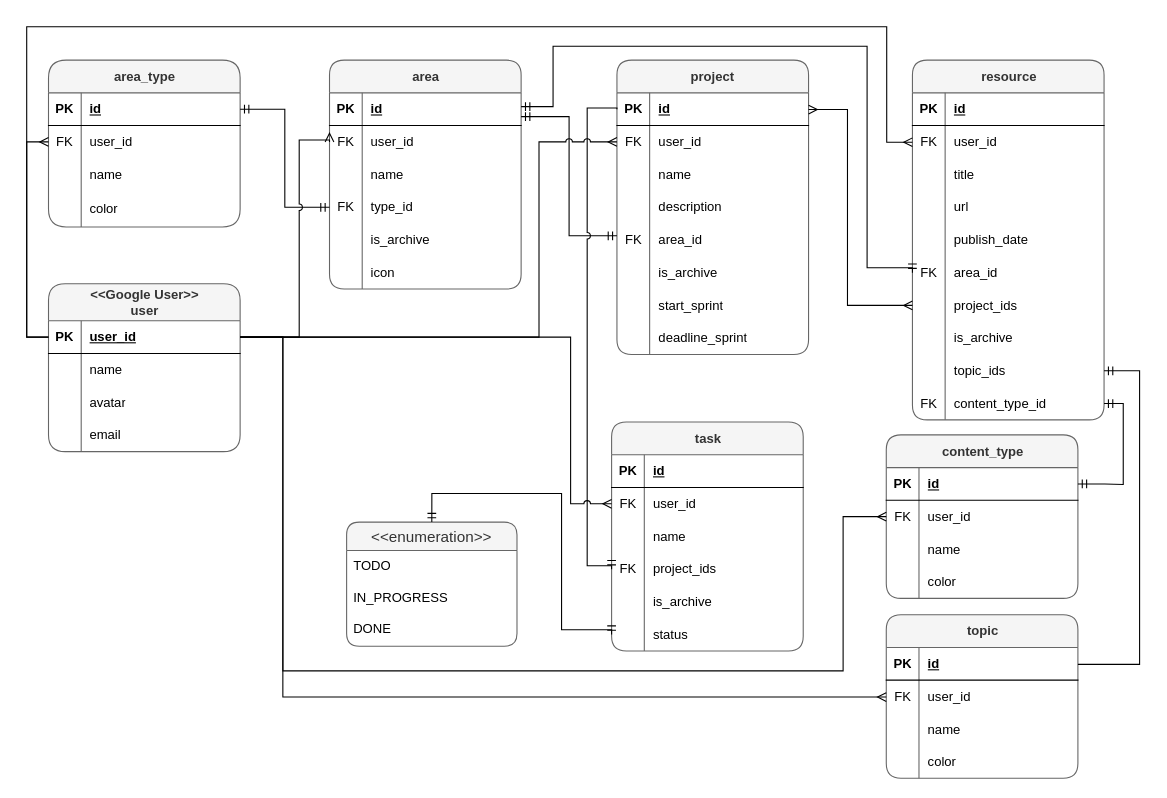
Above: Setala-App.drawio in yogiprsetya/app.diagrams.net (draw.io), before the change. Source tidied: cells renumbered, new cells numbered last; positions are measured from the earlier drawing's top-left corner, leaving out a move shared by most shapes. Both pictures are drawn from the tidied source at 109%, with x=0, y=0 at pixel (26, 26).
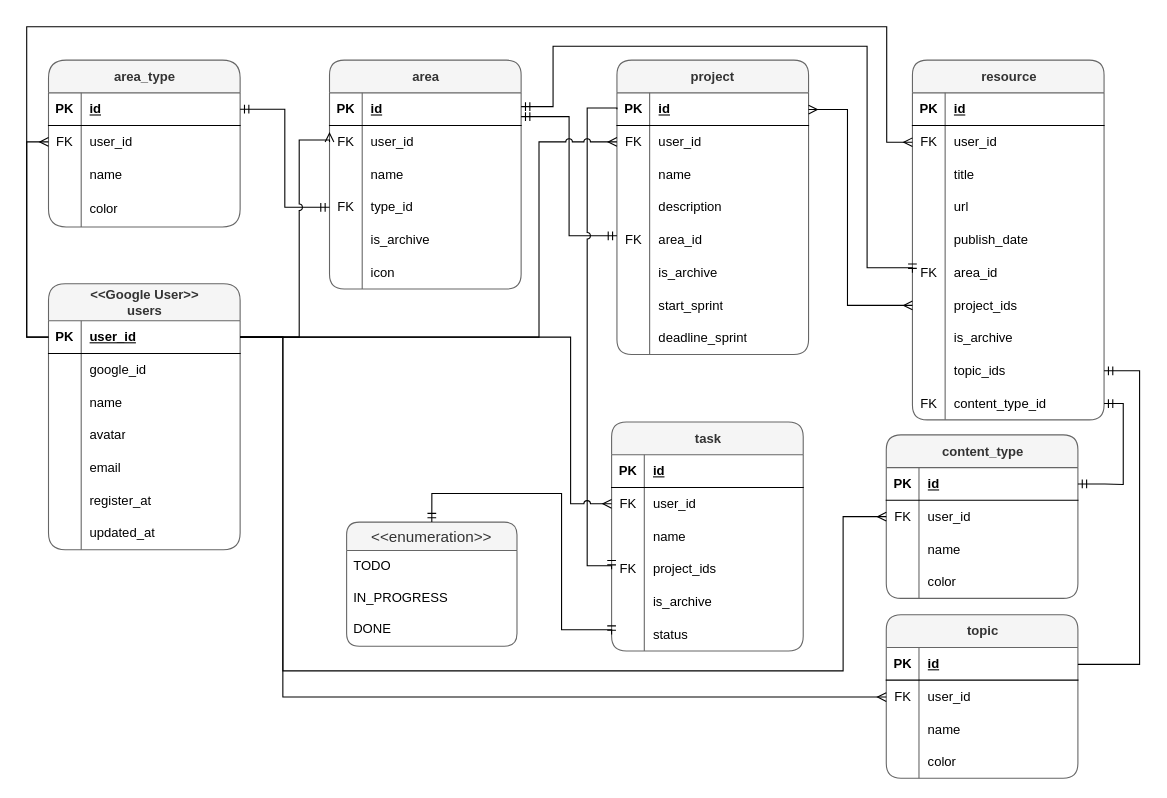
Above is the later version.

The change refers to these unchanged cells:
```xml
<mxCell id="151" style="shape=tableRow;horizontal=0;startSize=0;swimlaneHead=0;swimlaneBody=0;fillColor=none;top=0;left=0;right=0;bottom=0;" parent="147" vertex="1">
  <mxGeometry y="64" width="175.8" height="30" as="geometry" />
</mxCell>
```

Diff of the diagram source:
```diff
@@
-    <mxCell id="147" value="&amp;lt;&amp;lt;Google User&amp;gt;&amp;gt;&lt;br&gt;user" style="shape=table;startSize=34;childLayout=tableLayout;rowLines=0;fontStyle=1;align=center;html=1;rounded=1;fillColor=#f5f5f5;fontColor=#333333;strokeColor=#666666;" parent="1" vertex="1">
-      <mxGeometry x="20" y="235.8" width="175.8" height="154" as="geometry" />
+    <mxCell id="147" value="&amp;lt;&amp;lt;Google User&amp;gt;&amp;gt;&lt;br&gt;users" style="shape=table;startSize=34;childLayout=tableLayout;rowLines=0;fontStyle=1;align=center;html=1;rounded=1;fillColor=#f5f5f5;fontColor=#333333;strokeColor=#666666;" parent="1" vertex="1">
+      <mxGeometry x="20" y="235.8" width="175.8" height="244" as="geometry" />
     </mxCell>
@@
-    <mxCell id="153" value="name" style="shape=partialRectangle;fillColor=none;top=0;left=0;bottom=0;right=0;align=left;spacingLeft=6;overflow=hidden;whiteSpace=wrap;html=1;" parent="151" vertex="1">
+    <mxCell id="153" value="google_id" style="shape=partialRectangle;fillColor=none;top=0;left=0;bottom=0;right=0;align=left;spacingLeft=6;overflow=hidden;whiteSpace=wrap;html=1;" parent="151" vertex="1">
       <mxGeometry x="30" width="145.8" height="30" as="geometry" />
     </mxCell>
+    <mxCell id="167" style="shape=tableRow;horizontal=0;startSize=0;swimlaneHead=0;swimlaneBody=0;fillColor=none;top=0;left=0;right=0;bottom=0;" parent="147" vertex="1">
+      <mxGeometry y="94" width="175.8" height="30" as="geometry" />
+    </mxCell>
+    <mxCell id="168" style="shape=partialRectangle;fillColor=none;top=0;left=0;bottom=0;right=0;overflow=hidden;whiteSpace=wrap;html=1;" parent="167" vertex="1">
+      <mxGeometry width="30" height="30" as="geometry" />
+    </mxCell>
+    <mxCell id="169" value="name" style="shape=partialRectangle;fillColor=none;top=0;left=0;bottom=0;right=0;align=left;spacingLeft=6;overflow=hidden;whiteSpace=wrap;html=1;" parent="167" vertex="1">
+      <mxGeometry x="30" width="145.8" height="30" as="geometry" />
+    </mxCell>
     <mxCell id="154" style="shape=tableRow;horizontal=0;startSize=0;swimlaneHead=0;swimlaneBody=0;fillColor=none;top=0;left=0;right=0;bottom=0;" parent="147" vertex="1">
-      <mxGeometry y="94" width="175.8" height="30" as="geometry" />
+      <mxGeometry y="124" width="175.8" height="30" as="geometry" />
     </mxCell>
@@
     <mxCell id="157" style="shape=tableRow;horizontal=0;startSize=0;swimlaneHead=0;swimlaneBody=0;fillColor=none;top=0;left=0;right=0;bottom=0;" parent="147" vertex="1">
-      <mxGeometry y="124" width="175.8" height="30" as="geometry" />
+      <mxGeometry y="154" width="175.8" height="30" as="geometry" />
     </mxCell>
@@
+    <mxCell id="170" style="shape=tableRow;horizontal=0;startSize=0;swimlaneHead=0;swimlaneBody=0;fillColor=none;top=0;left=0;right=0;bottom=0;" parent="147" vertex="1">
+      <mxGeometry y="184" width="175.8" height="30" as="geometry" />
+    </mxCell>
+    <mxCell id="171" style="shape=partialRectangle;fillColor=none;top=0;left=0;bottom=0;right=0;overflow=hidden;whiteSpace=wrap;html=1;" parent="170" vertex="1">
+      <mxGeometry width="30" height="30" as="geometry" />
+    </mxCell>
+    <mxCell id="172" value="register_at" style="shape=partialRectangle;fillColor=none;top=0;left=0;bottom=0;right=0;align=left;spacingLeft=6;overflow=hidden;whiteSpace=wrap;html=1;" parent="170" vertex="1">
+      <mxGeometry x="30" width="145.8" height="30" as="geometry" />
+    </mxCell>
+    <mxCell id="173" style="shape=tableRow;horizontal=0;startSize=0;swimlaneHead=0;swimlaneBody=0;fillColor=none;top=0;left=0;right=0;bottom=0;" parent="147" vertex="1">
+      <mxGeometry y="214" width="175.8" height="30" as="geometry" />
+    </mxCell>
+    <mxCell id="174" style="shape=partialRectangle;fillColor=none;top=0;left=0;bottom=0;right=0;overflow=hidden;whiteSpace=wrap;html=1;" parent="173" vertex="1">
+      <mxGeometry width="30" height="30" as="geometry" />
+    </mxCell>
+    <mxCell id="175" value="updated_at" style="shape=partialRectangle;fillColor=none;top=0;left=0;bottom=0;right=0;align=left;spacingLeft=6;overflow=hidden;whiteSpace=wrap;html=1;" parent="173" vertex="1">
+      <mxGeometry x="30" width="145.8" height="30" as="geometry" />
+    </mxCell>
```
